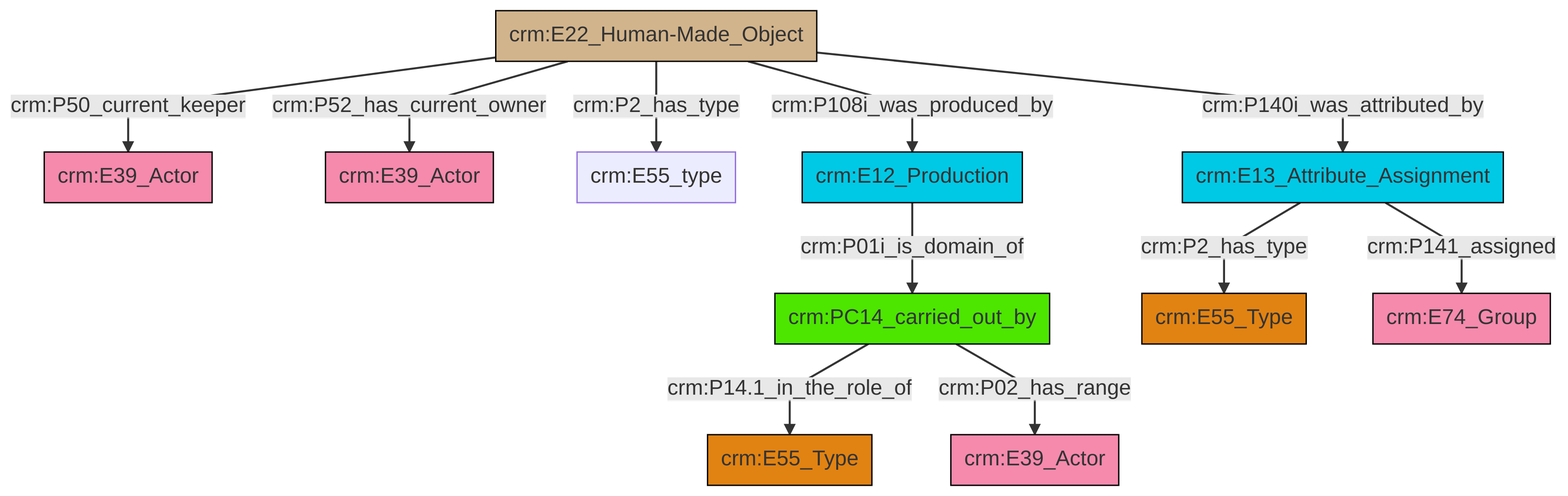
swiss-art-research-net/docs.swissartresearch keeps this Mermaid diagram as et/artworkCSV/ttl/mmd/png/Artwork_Actor_Relations.png. Above is the earlier version. Its source is kept beside it as et/artworkCSV/ttl/mmd/Artwork_Actor_Relations.ttl.mmd.
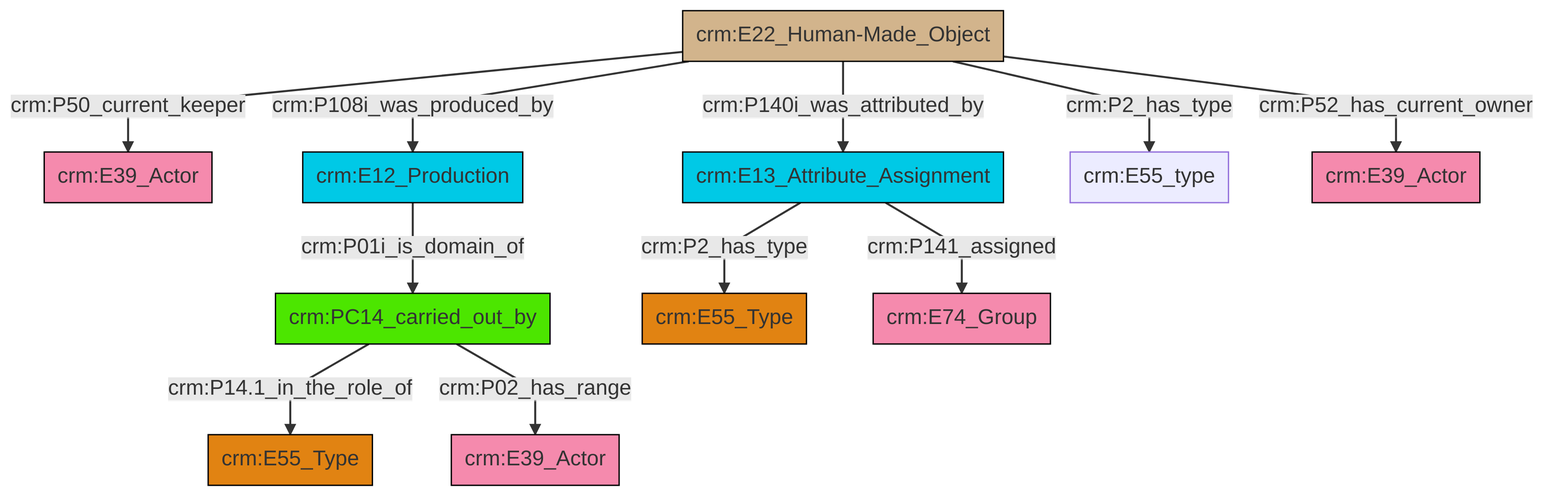
Above is the later version.

Change to the diagram source:
```diff
@@ -13,13 +13,13 @@
 classDef PC_Classes fill:#4ce600, stroke:#000000;
 classDef Multi fill:#cccccc,stroke:#000000;
 
-6["crm:E22_Human-Made_Object"]:::Physical_Thing -->|crm:P52_has_current_owner| 2["crm:E39_Actor"]:::Actor
-7["crm:PC14_carried_out_by"]:::PC_Classes -->|crm:P14.1_in_the_role_of| 12["crm:E55_Type"]:::Type
-18["crm:E12_Production"]:::Temporal_Entity -->|crm:P01i_is_domain_of| 7["crm:PC14_carried_out_by"]:::PC_Classes
-6["crm:E22_Human-Made_Object"]:::Physical_Thing -->|crm:P108i_was_produced_by| 18["crm:E12_Production"]:::Temporal_Entity
-6["crm:E22_Human-Made_Object"]:::Physical_Thing -->|crm:P140i_was_attributed_by| 20["crm:E13_Attribute_Assignment"]:::Temporal_Entity
-7["crm:PC14_carried_out_by"]:::PC_Classes -->|crm:P02_has_range| 16["crm:E39_Actor"]:::Actor
-20["crm:E13_Attribute_Assignment"]:::Temporal_Entity -->|crm:P141_assigned| 14["crm:E74_Group"]:::Actor
-6["crm:E22_Human-Made_Object"]:::Physical_Thing -->|crm:P2_has_type| 4["crm:E55_type"]:::Default
-6["crm:E22_Human-Made_Object"]:::Physical_Thing -->|crm:P50_current_keeper| 0["crm:E39_Actor"]:::Actor
-20["crm:E13_Attribute_Assignment"]:::Temporal_Entity -->|crm:P2_has_type| 10["crm:E55_Type"]:::Type
+0["crm:E13_Attribute_Assignment"]:::Temporal_Entity -->|crm:P2_has_type| 1["crm:E55_Type"]:::Type
+5["crm:PC14_carried_out_by"]:::PC_Classes -->|crm:P14.1_in_the_role_of| 6["crm:E55_Type"]:::Type
+12["crm:E22_Human-Made_Object"]:::Physical_Thing -->|crm:P50_current_keeper| 13["crm:E39_Actor"]:::Actor
+3["crm:E12_Production"]:::Temporal_Entity -->|crm:P01i_is_domain_of| 5["crm:PC14_carried_out_by"]:::PC_Classes
+12["crm:E22_Human-Made_Object"]:::Physical_Thing -->|crm:P108i_was_produced_by| 3["crm:E12_Production"]:::Temporal_Entity
+12["crm:E22_Human-Made_Object"]:::Physical_Thing -->|crm:P140i_was_attributed_by| 0["crm:E13_Attribute_Assignment"]:::Temporal_Entity
+12["crm:E22_Human-Made_Object"]:::Physical_Thing -->|crm:P2_has_type| 20["crm:E55_type"]:::Default
+5["crm:PC14_carried_out_by"]:::PC_Classes -->|crm:P02_has_range| 18["crm:E39_Actor"]:::Actor
+12["crm:E22_Human-Made_Object"]:::Physical_Thing -->|crm:P52_has_current_owner| 10["crm:E39_Actor"]:::Actor
+0["crm:E13_Attribute_Assignment"]:::Temporal_Entity -->|crm:P141_assigned| 8["crm:E74_Group"]:::Actor
```
